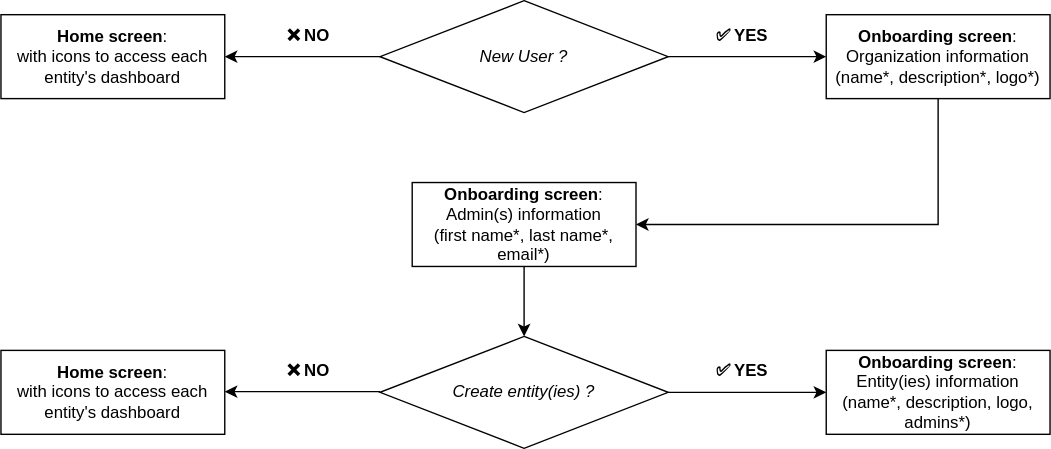
Above: public/img/documentation/ux_flowchart.svg in nrifki/magma-onboarding (draw.io), before the change. Source tidied: cells renumbered, new cells last; positions are measured from the earlier drawing's top-left corner, leaving out a move shared by most shapes. Source of this version:
```xml
<mxGraphModel>
  <root>
    <mxCell id="0" />
    <mxCell id="1" parent="0" />
    <mxCell id="2" value="&lt;b&gt;Home screen&lt;/b&gt;:&lt;br&gt;with icons to access each entity's dashboard" style="rounded=0;whiteSpace=wrap;html=1;" parent="1" vertex="1">
      <mxGeometry y="10" width="160" height="60" as="geometry" />
    </mxCell>
    <mxCell id="3" value="&lt;i&gt;New User ?&lt;/i&gt;" style="rhombus;whiteSpace=wrap;html=1;" parent="1" vertex="1">
      <mxGeometry x="271" width="206" height="80" as="geometry" />
    </mxCell>
    <mxCell id="4" style="endArrow=classic;html=1;rounded=0;exitX=0;exitY=0.5;exitDx=0;exitDy=0;" parent="1" edge="1" source="3" target="2">
      <mxGeometry relative="1" as="geometry" />
    </mxCell>
    <mxCell id="5" value="&lt;b&gt;Onboarding screen&lt;/b&gt;:&lt;br&gt;Organization information&lt;br&gt;(name*, description*, logo*)" style="rounded=0;whiteSpace=wrap;html=1;" parent="1" vertex="1">
      <mxGeometry x="590" y="10" width="160" height="60" as="geometry" />
    </mxCell>
    <mxCell id="6" style="endArrow=classic;html=1;rounded=0;" parent="1" edge="1" source="3" target="5">
      <mxGeometry relative="1" as="geometry" />
    </mxCell>
    <mxCell id="7" value="&lt;b&gt;✅ YES&lt;/b&gt;" style="text;html=1;strokeColor=none;fillColor=none;align=center;verticalAlign=middle;whiteSpace=wrap;rounded=0;" parent="1" vertex="1">
      <mxGeometry x="500" y="10" width="60" height="30" as="geometry" />
    </mxCell>
    <mxCell id="8" value="&lt;b&gt;❌ NO&lt;/b&gt;" style="text;html=1;strokeColor=none;fillColor=none;align=center;verticalAlign=middle;whiteSpace=wrap;rounded=0;" parent="1" vertex="1">
      <mxGeometry x="190" y="10" width="60" height="30" as="geometry" />
    </mxCell>
    <mxCell id="9" value="&lt;b&gt;Onboarding screen&lt;/b&gt;:&lt;br&gt;Admin(s) information&lt;br&gt;(first name*, last name*, email*)" style="rounded=0;whiteSpace=wrap;html=1;" parent="1" vertex="1">
      <mxGeometry x="294" y="130" width="160" height="60" as="geometry" />
    </mxCell>
    <mxCell id="10" style="endArrow=classic;html=1;rounded=0;entryX=1;entryY=0.5;entryDx=0;entryDy=0;exitX=0.5;exitY=1;exitDx=0;exitDy=0;" parent="1" edge="1" source="5" target="9">
      <mxGeometry relative="1" as="geometry">
        <Array as="points">
          <mxPoint x="670" y="160" />
        </Array>
      </mxGeometry>
    </mxCell>
    <mxCell id="11" value="&lt;i&gt;Create entity(ies) ?&lt;/i&gt;" style="rhombus;whiteSpace=wrap;html=1;" parent="1" vertex="1">
      <mxGeometry x="271" y="240" width="206" height="80" as="geometry" />
    </mxCell>
    <mxCell id="12" value="&lt;b&gt;Home screen&lt;/b&gt;:&lt;br&gt;with icons to access each entity's dashboard" style="rounded=0;whiteSpace=wrap;html=1;" parent="1" vertex="1">
      <mxGeometry y="250" width="160" height="60" as="geometry" />
    </mxCell>
    <mxCell id="13" value="&lt;b&gt;Onboarding screen&lt;/b&gt;:&lt;br&gt;Entity(ies) information&lt;br&gt;(name*, description, logo, admins*)" style="rounded=0;whiteSpace=wrap;html=1;" parent="1" vertex="1">
      <mxGeometry x="590" y="250" width="160" height="60" as="geometry" />
    </mxCell>
    <mxCell id="14" style="endArrow=classic;html=1;rounded=0;exitX=0.5;exitY=1;exitDx=0;exitDy=0;" parent="1" edge="1" target="11">
      <mxGeometry relative="1" as="geometry">
        <mxPoint x="374" y="190" as="sourcePoint" />
      </mxGeometry>
    </mxCell>
    <mxCell id="15" style="endArrow=classic;html=1;rounded=0;exitX=0;exitY=0.5;exitDx=0;exitDy=0;" parent="1" edge="1">
      <mxGeometry relative="1" as="geometry">
        <mxPoint x="271" y="279.5" as="sourcePoint" />
        <mxPoint x="160" y="279.5" as="targetPoint" />
      </mxGeometry>
    </mxCell>
    <mxCell id="16" value="&lt;b&gt;❌ NO&lt;/b&gt;" style="text;html=1;strokeColor=none;fillColor=none;align=center;verticalAlign=middle;whiteSpace=wrap;rounded=0;" parent="1" vertex="1">
      <mxGeometry x="190" y="250" width="60" height="30" as="geometry" />
    </mxCell>
    <mxCell id="17" style="endArrow=classic;html=1;rounded=0;" parent="1" edge="1">
      <mxGeometry relative="1" as="geometry">
        <mxPoint x="477" y="280" as="sourcePoint" />
        <mxPoint x="590" y="280" as="targetPoint" />
      </mxGeometry>
    </mxCell>
    <mxCell id="18" value="&lt;b&gt;✅ YES&lt;/b&gt;" style="text;html=1;strokeColor=none;fillColor=none;align=center;verticalAlign=middle;whiteSpace=wrap;rounded=0;" parent="1" vertex="1">
      <mxGeometry x="500" y="250" width="60" height="30" as="geometry" />
    </mxCell>
  </root>
</mxGraphModel>
```
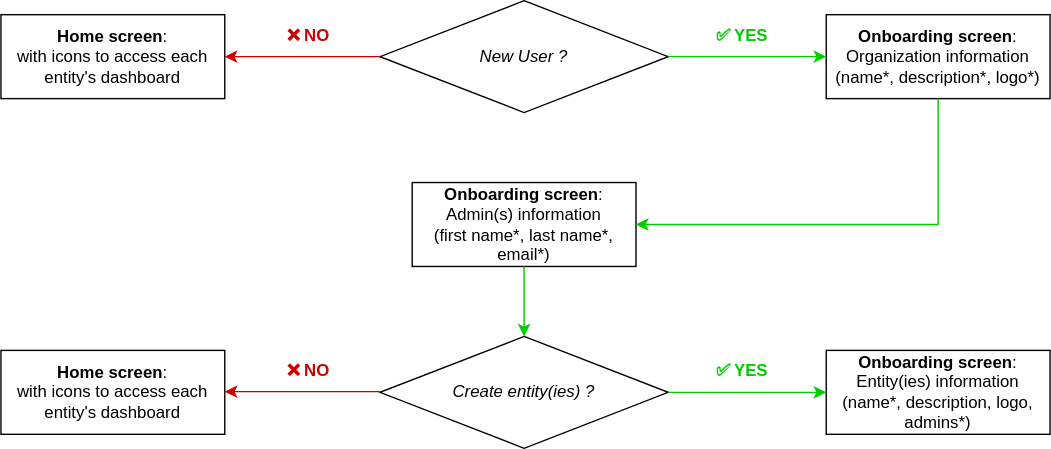
The same diagram one commit later.

What changed in the source:
```diff
@@ -8,25 +8,25 @@
     <mxCell id="3" value="&lt;i&gt;New User ?&lt;/i&gt;" style="rhombus;whiteSpace=wrap;html=1;" parent="1" vertex="1">
       <mxGeometry x="271" width="206" height="80" as="geometry" />
     </mxCell>
-    <mxCell id="4" style="endArrow=classic;html=1;rounded=0;exitX=0;exitY=0.5;exitDx=0;exitDy=0;" parent="1" edge="1" source="3" target="2">
+    <mxCell id="4" style="endArrow=classic;html=1;rounded=0;exitX=0;exitY=0.5;exitDx=0;exitDy=0;strokeColor=#CC0000;" parent="1" edge="1" source="3" target="2">
       <mxGeometry relative="1" as="geometry" />
     </mxCell>
     <mxCell id="5" value="&lt;b&gt;Onboarding screen&lt;/b&gt;:&lt;br&gt;Organization information&lt;br&gt;(name*, description*, logo*)" style="rounded=0;whiteSpace=wrap;html=1;" parent="1" vertex="1">
       <mxGeometry x="590" y="10" width="160" height="60" as="geometry" />
     </mxCell>
-    <mxCell id="6" style="endArrow=classic;html=1;rounded=0;" parent="1" edge="1" source="3" target="5">
+    <mxCell id="6" style="endArrow=classic;html=1;rounded=0;strokeColor=#00CC00;" parent="1" edge="1" source="3" target="5">
       <mxGeometry relative="1" as="geometry" />
     </mxCell>
-    <mxCell id="7" value="&lt;b&gt;✅ YES&lt;/b&gt;" style="text;html=1;strokeColor=none;fillColor=none;align=center;verticalAlign=middle;whiteSpace=wrap;rounded=0;" parent="1" vertex="1">
+    <mxCell id="7" value="&lt;b&gt;✅ YES&lt;/b&gt;" style="text;html=1;strokeColor=none;fillColor=none;align=center;verticalAlign=middle;whiteSpace=wrap;rounded=0;fontColor=#00CC00;" parent="1" vertex="1">
       <mxGeometry x="500" y="10" width="60" height="30" as="geometry" />
     </mxCell>
-    <mxCell id="8" value="&lt;b&gt;❌ NO&lt;/b&gt;" style="text;html=1;strokeColor=none;fillColor=none;align=center;verticalAlign=middle;whiteSpace=wrap;rounded=0;" parent="1" vertex="1">
+    <mxCell id="8" value="&lt;b&gt;❌ NO&lt;/b&gt;" style="text;html=1;strokeColor=none;fillColor=none;align=center;verticalAlign=middle;whiteSpace=wrap;rounded=0;fontColor=#CC0000;" parent="1" vertex="1">
       <mxGeometry x="190" y="10" width="60" height="30" as="geometry" />
     </mxCell>
     <mxCell id="9" value="&lt;b&gt;Onboarding screen&lt;/b&gt;:&lt;br&gt;Admin(s) information&lt;br&gt;(first name*, last name*, email*)" style="rounded=0;whiteSpace=wrap;html=1;" parent="1" vertex="1">
       <mxGeometry x="294" y="130" width="160" height="60" as="geometry" />
     </mxCell>
-    <mxCell id="10" style="endArrow=classic;html=1;rounded=0;entryX=1;entryY=0.5;entryDx=0;entryDy=0;exitX=0.5;exitY=1;exitDx=0;exitDy=0;" parent="1" edge="1" source="5" target="9">
+    <mxCell id="10" style="endArrow=classic;html=1;rounded=0;entryX=1;entryY=0.5;entryDx=0;entryDy=0;exitX=0.5;exitY=1;exitDx=0;exitDy=0;strokeColor=#00CC00;" parent="1" edge="1" source="5" target="9">
       <mxGeometry relative="1" as="geometry">
         <Array as="points">
           <mxPoint x="670" y="160" />
@@ -42,27 +42,27 @@
     <mxCell id="13" value="&lt;b&gt;Onboarding screen&lt;/b&gt;:&lt;br&gt;Entity(ies) information&lt;br&gt;(name*, description, logo, admins*)" style="rounded=0;whiteSpace=wrap;html=1;" parent="1" vertex="1">
       <mxGeometry x="590" y="250" width="160" height="60" as="geometry" />
     </mxCell>
-    <mxCell id="14" style="endArrow=classic;html=1;rounded=0;exitX=0.5;exitY=1;exitDx=0;exitDy=0;" parent="1" edge="1" target="11">
+    <mxCell id="14" style="endArrow=classic;html=1;rounded=0;exitX=0.5;exitY=1;exitDx=0;exitDy=0;strokeColor=#00CC00;" parent="1" edge="1" target="11">
       <mxGeometry relative="1" as="geometry">
         <mxPoint x="374" y="190" as="sourcePoint" />
       </mxGeometry>
     </mxCell>
-    <mxCell id="15" style="endArrow=classic;html=1;rounded=0;exitX=0;exitY=0.5;exitDx=0;exitDy=0;" parent="1" edge="1">
+    <mxCell id="15" style="endArrow=classic;html=1;rounded=0;exitX=0;exitY=0.5;exitDx=0;exitDy=0;strokeColor=#CC0000;" parent="1" edge="1">
       <mxGeometry relative="1" as="geometry">
         <mxPoint x="271" y="279.5" as="sourcePoint" />
         <mxPoint x="160" y="279.5" as="targetPoint" />
       </mxGeometry>
     </mxCell>
-    <mxCell id="16" value="&lt;b&gt;❌ NO&lt;/b&gt;" style="text;html=1;strokeColor=none;fillColor=none;align=center;verticalAlign=middle;whiteSpace=wrap;rounded=0;" parent="1" vertex="1">
+    <mxCell id="16" value="&lt;b&gt;❌ NO&lt;/b&gt;" style="text;html=1;strokeColor=none;fillColor=none;align=center;verticalAlign=middle;whiteSpace=wrap;rounded=0;fontColor=#CC0000;" parent="1" vertex="1">
       <mxGeometry x="190" y="250" width="60" height="30" as="geometry" />
     </mxCell>
-    <mxCell id="17" style="endArrow=classic;html=1;rounded=0;" parent="1" edge="1">
+    <mxCell id="17" style="endArrow=classic;html=1;rounded=0;strokeColor=#00CC00;" parent="1" edge="1">
       <mxGeometry relative="1" as="geometry">
         <mxPoint x="477" y="280" as="sourcePoint" />
         <mxPoint x="590" y="280" as="targetPoint" />
       </mxGeometry>
     </mxCell>
-    <mxCell id="18" value="&lt;b&gt;✅ YES&lt;/b&gt;" style="text;html=1;strokeColor=none;fillColor=none;align=center;verticalAlign=middle;whiteSpace=wrap;rounded=0;" parent="1" vertex="1">
+    <mxCell id="18" value="&lt;b&gt;✅ YES&lt;/b&gt;" style="text;html=1;strokeColor=none;fillColor=none;align=center;verticalAlign=middle;whiteSpace=wrap;rounded=0;fontColor=#00CC00;" parent="1" vertex="1">
       <mxGeometry x="500" y="250" width="60" height="30" as="geometry" />
     </mxCell>
   </root>
```
